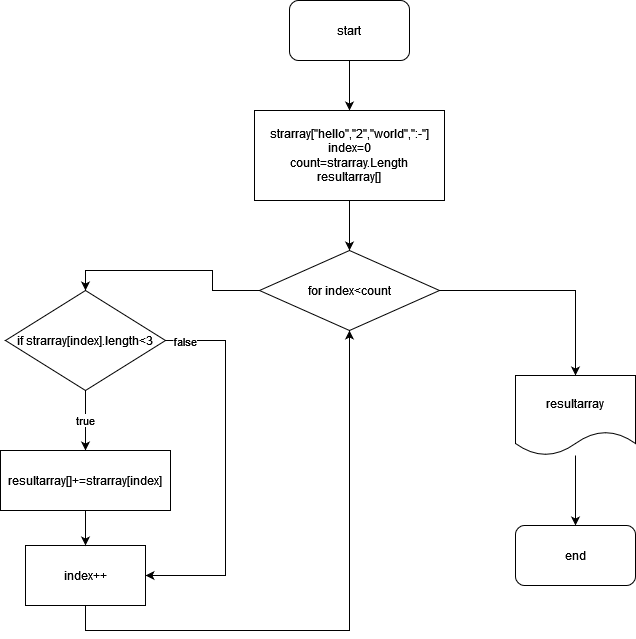
Before: img/dz1.png, a diagram exported from draw.io (gadgetq84/final-work). Source tidied: cells renumbered, new cells last; positions are measured from the earlier drawing's top-left corner, leaving out a move shared by most shapes. Source of this version:
```xml
<mxGraphModel>
  <root>
    <mxCell id="0" />
    <mxCell id="1" parent="0" />
    <mxCell id="2" style="edgeStyle=orthogonalEdgeStyle;rounded=0;jettySize=auto;html=1;" parent="1" edge="1" source="3" target="5">
      <mxGeometry relative="1" as="geometry" />
    </mxCell>
    <mxCell id="3" value="start" style="rounded=1;whiteSpace=wrap;html=1;" parent="1" vertex="1">
      <mxGeometry x="289" width="120" height="60" as="geometry" />
    </mxCell>
    <mxCell id="4" style="edgeStyle=orthogonalEdgeStyle;rounded=0;jettySize=auto;html=1;exitX=0.5;exitY=1;exitDx=0;exitDy=0;entryX=0.5;entryY=0;entryDx=0;entryDy=0;" parent="1" edge="1" source="5" target="8">
      <mxGeometry relative="1" as="geometry" />
    </mxCell>
    <mxCell id="5" value="&lt;div&gt;strarray[&quot;hello&quot;,&quot;2&quot;,&quot;world&quot;,&quot;:-&quot;]&lt;/div&gt;&lt;div&gt;index=0&lt;/div&gt;&lt;div&gt;count=strarray.Length&lt;/div&gt;&lt;div&gt;resultarray[]&lt;br&gt;&lt;/div&gt;" style="rounded=0;whiteSpace=wrap;html=1;" parent="1" vertex="1">
      <mxGeometry x="254" y="110" width="190" height="90" as="geometry" />
    </mxCell>
    <mxCell id="6" style="edgeStyle=orthogonalEdgeStyle;rounded=0;jettySize=auto;html=1;exitX=0;exitY=0.5;exitDx=0;exitDy=0;entryX=0.5;entryY=0;entryDx=0;entryDy=0;" parent="1" edge="1" source="8" target="12">
      <mxGeometry relative="1" as="geometry" />
    </mxCell>
    <mxCell id="7" style="edgeStyle=orthogonalEdgeStyle;rounded=0;jettySize=auto;html=1;exitX=1;exitY=0.5;exitDx=0;exitDy=0;entryX=0.5;entryY=0;entryDx=0;entryDy=0;" parent="1" edge="1" source="8" target="18">
      <mxGeometry relative="1" as="geometry" />
    </mxCell>
    <mxCell id="8" value="for index&amp;lt;count" style="rhombus;whiteSpace=wrap;html=1;" parent="1" vertex="1">
      <mxGeometry x="259" y="250" width="180" height="80" as="geometry" />
    </mxCell>
    <mxCell id="9" value="true" style="edgeStyle=orthogonalEdgeStyle;rounded=0;jettySize=auto;html=1;exitX=0.5;exitY=1;exitDx=0;exitDy=0;entryX=0.5;entryY=0;entryDx=0;entryDy=0;" parent="1" edge="1" source="12" target="16">
      <mxGeometry relative="1" as="geometry" />
    </mxCell>
    <mxCell id="10" style="edgeStyle=orthogonalEdgeStyle;rounded=0;jettySize=auto;html=1;entryX=1;entryY=0.5;entryDx=0;entryDy=0;" parent="1" edge="1" source="12" target="14">
      <mxGeometry relative="1" as="geometry">
        <Array as="points">
          <mxPoint x="225" y="340" />
          <mxPoint x="225" y="575" />
        </Array>
      </mxGeometry>
    </mxCell>
    <mxCell id="11" value="false" style="edgeLabel;html=1;align=center;verticalAlign=middle;" parent="10" vertex="1">
      <mxGeometry x="-0.9" relative="1" as="geometry" />
    </mxCell>
    <mxCell id="12" value="if strarray[index].length&amp;lt;3" style="rhombus;whiteSpace=wrap;html=1;" parent="1" vertex="1">
      <mxGeometry x="5" y="290" width="160" height="100" as="geometry" />
    </mxCell>
    <mxCell id="13" style="edgeStyle=orthogonalEdgeStyle;rounded=0;jettySize=auto;html=1;entryX=0.5;entryY=1;entryDx=0;entryDy=0;" parent="1" edge="1" source="14" target="8">
      <mxGeometry relative="1" as="geometry">
        <Array as="points">
          <mxPoint x="85" y="630" />
          <mxPoint x="349" y="630" />
        </Array>
      </mxGeometry>
    </mxCell>
    <mxCell id="14" value="index++" style="rounded=0;whiteSpace=wrap;html=1;" parent="1" vertex="1">
      <mxGeometry x="25" y="545" width="120" height="60" as="geometry" />
    </mxCell>
    <mxCell id="15" style="edgeStyle=orthogonalEdgeStyle;rounded=0;jettySize=auto;html=1;exitX=0.5;exitY=1;exitDx=0;exitDy=0;entryX=0.5;entryY=0;entryDx=0;entryDy=0;" parent="1" edge="1" source="16" target="14">
      <mxGeometry relative="1" as="geometry" />
    </mxCell>
    <mxCell id="16" value="resultarray[]+=strarray[index]" style="rounded=0;whiteSpace=wrap;html=1;" parent="1" vertex="1">
      <mxGeometry y="450" width="170" height="60" as="geometry" />
    </mxCell>
    <mxCell id="17" style="edgeStyle=orthogonalEdgeStyle;rounded=0;jettySize=auto;html=1;entryX=0.5;entryY=0;entryDx=0;entryDy=0;" parent="1" edge="1" source="18" target="19">
      <mxGeometry relative="1" as="geometry" />
    </mxCell>
    <mxCell id="18" value="resultarray" style="shape=document;whiteSpace=wrap;html=1;boundedLbl=1;" parent="1" vertex="1">
      <mxGeometry x="515" y="375" width="120" height="80" as="geometry" />
    </mxCell>
    <mxCell id="19" value="end" style="rounded=1;whiteSpace=wrap;html=1;" parent="1" vertex="1">
      <mxGeometry x="515" y="525" width="120" height="60" as="geometry" />
    </mxCell>
  </root>
</mxGraphModel>
```
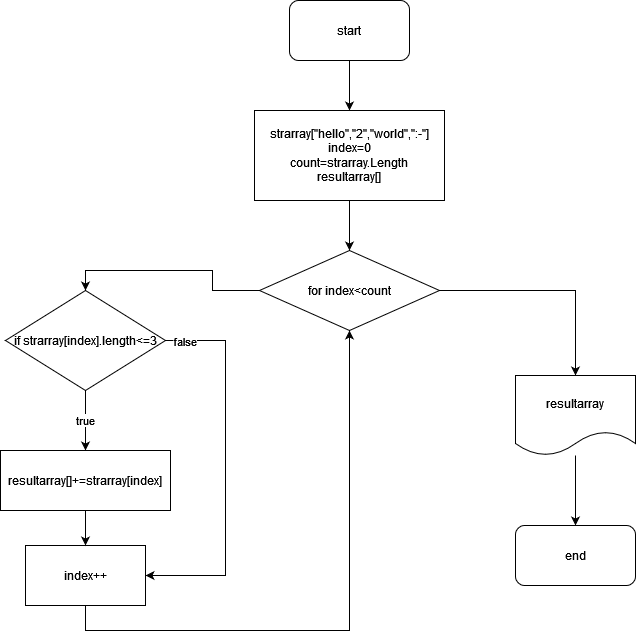
Later version of the same file.

Diff of the diagram source:
```diff
@@ -37,7 +37,7 @@
     <mxCell id="11" value="false" style="edgeLabel;html=1;align=center;verticalAlign=middle;" parent="10" vertex="1">
       <mxGeometry x="-0.9" relative="1" as="geometry" />
     </mxCell>
-    <mxCell id="12" value="if strarray[index].length&amp;lt;3" style="rhombus;whiteSpace=wrap;html=1;" parent="1" vertex="1">
+    <mxCell id="12" value="if strarray[index].length&amp;lt;=3" style="rhombus;whiteSpace=wrap;html=1;" parent="1" vertex="1">
       <mxGeometry x="5" y="290" width="160" height="100" as="geometry" />
     </mxCell>
     <mxCell id="13" style="edgeStyle=orthogonalEdgeStyle;rounded=0;jettySize=auto;html=1;entryX=0.5;entryY=1;entryDx=0;entryDy=0;" parent="1" edge="1" source="14" target="8">
```
